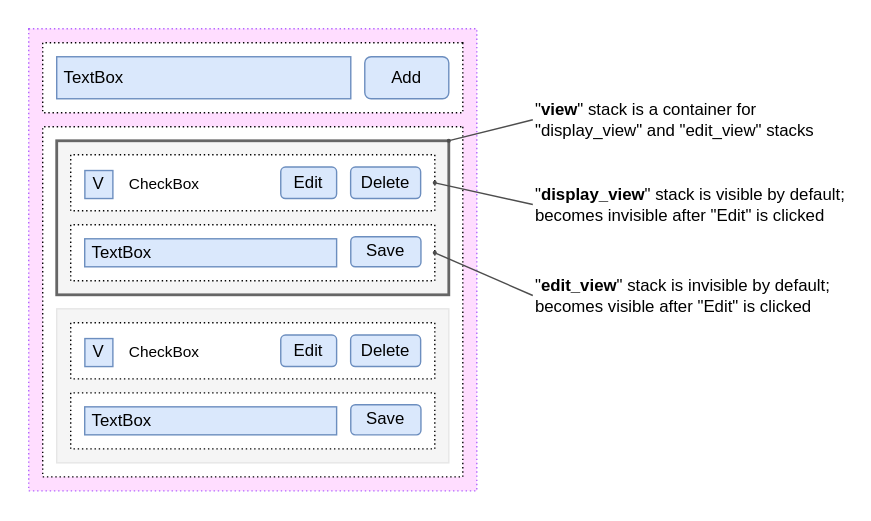
Earlier version of the draw.io export static/img/docs/tutorial/todo-diagram-2.svg (yeshua453/website). Source tidied: cells renumbered, new cells last; positions are measured from the earlier drawing's top-left corner, leaving out a move shared by most shapes.
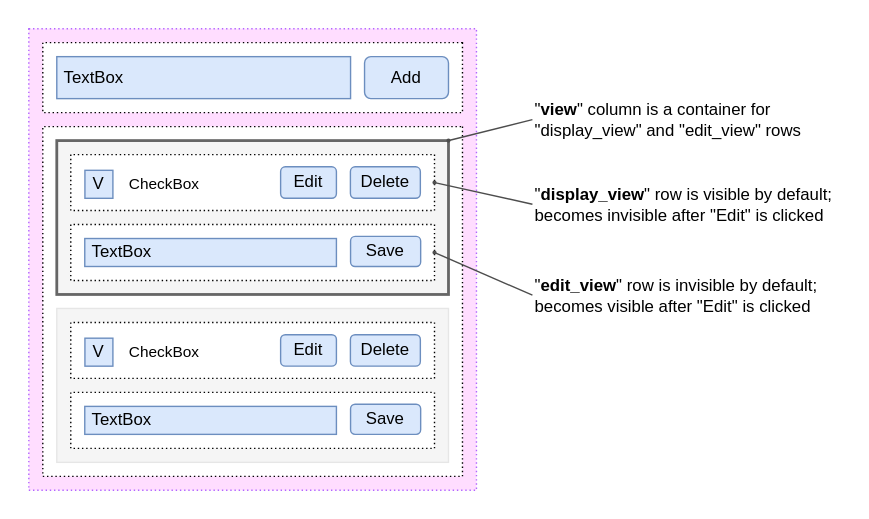
Later version of the same file.

The edit, as a diff of the source:
```diff
@@ -29,7 +29,7 @@
     <mxCell id="10" value="Add" style="rounded=1;whiteSpace=wrap;html=1;fillColor=#dae8fc;sketch=0;strokeColor=#6c8ebf;" parent="1" vertex="1">
       <mxGeometry x="260" y="40" width="60" height="30" as="geometry" />
     </mxCell>
-    <mxCell id="11" value="&quot;&lt;b style=&quot;font-size: 12px;&quot;&gt;edit_view&lt;/b&gt;&quot; stack&lt;b style=&quot;font-size: 12px;&quot;&gt; &lt;/b&gt;is invisible by default; becomes visible after &quot;Edit&quot; is clicked" style="text;html=1;strokeColor=none;fillColor=none;align=left;verticalAlign=middle;whiteSpace=wrap;rounded=0;dashed=1;dashPattern=1 2;sketch=0;fontSize=12;" parent="1" vertex="1">
+    <mxCell id="11" value="&quot;&lt;b style=&quot;font-size: 12px;&quot;&gt;edit_view&lt;/b&gt;&quot; row&lt;b style=&quot;font-size: 12px;&quot;&gt;&amp;nbsp;&lt;/b&gt;is invisible by default; becomes visible after &quot;Edit&quot; is clicked" style="text;html=1;strokeColor=none;fillColor=none;align=left;verticalAlign=middle;whiteSpace=wrap;rounded=0;dashed=1;dashPattern=1 2;sketch=0;fontSize=12;" parent="1" vertex="1">
       <mxGeometry x="380" y="191" width="220" height="39" as="geometry" />
     </mxCell>
     <mxCell id="12" style="endArrow=oval;html=1;endFill=1;strokeWidth=1;jumpSize=5;endSize=2;startSize=2;strokeColor=#4D4D4D;exitX=0;exitY=0.5;exitDx=0;exitDy=0;entryX=0.5;entryY=0;entryDx=0;entryDy=0;" parent="1" edge="1" source="11" target="6">
@@ -38,13 +38,13 @@
     <mxCell id="13" value="CheckBox" style="text;html=1;strokeColor=none;fillColor=none;align=left;verticalAlign=middle;whiteSpace=wrap;rounded=0;dashed=1;dashPattern=1 2;sketch=0;fontSize=11;" parent="1" vertex="1">
       <mxGeometry x="90.1" y="121.8" width="100" height="19" as="geometry" />
     </mxCell>
-    <mxCell id="14" value="&quot;&lt;b style=&quot;font-size: 12px;&quot;&gt;display_view&lt;/b&gt;&quot; stack is visible by default; becomes invisible after &quot;Edit&quot; is clicked" style="text;html=1;strokeColor=none;fillColor=none;align=left;verticalAlign=middle;whiteSpace=wrap;rounded=0;dashed=1;dashPattern=1 2;sketch=0;fontSize=12;" parent="1" vertex="1">
+    <mxCell id="14" value="&quot;&lt;b style=&quot;font-size: 12px;&quot;&gt;display_view&lt;/b&gt;&quot; row is visible by default; becomes invisible after &quot;Edit&quot; is clicked" style="text;html=1;strokeColor=none;fillColor=none;align=left;verticalAlign=middle;whiteSpace=wrap;rounded=0;dashed=1;dashPattern=1 2;sketch=0;fontSize=12;" parent="1" vertex="1">
       <mxGeometry x="380" y="131" width="230" height="29" as="geometry" />
     </mxCell>
     <mxCell id="15" style="endArrow=oval;html=1;endFill=1;strokeWidth=1;jumpSize=5;endSize=2;startSize=2;strokeColor=#4D4D4D;exitX=0;exitY=0.5;exitDx=0;exitDy=0;entryX=0.5;entryY=0;entryDx=0;entryDy=0;" parent="1" edge="1" source="14" target="7">
       <mxGeometry relative="1" as="geometry" />
     </mxCell>
-    <mxCell id="16" value="&quot;&lt;b style=&quot;font-size: 12px;&quot;&gt;view&lt;/b&gt;&quot; stack is a container for &quot;display_view&quot; and &quot;edit_view&quot; stacks" style="text;html=1;strokeColor=none;fillColor=none;align=left;verticalAlign=middle;whiteSpace=wrap;rounded=0;dashed=1;dashPattern=1 2;sketch=0;fontSize=12;" parent="1" vertex="1">
+    <mxCell id="16" value="&quot;&lt;b style=&quot;font-size: 12px;&quot;&gt;view&lt;/b&gt;&quot; column is a container for &quot;display_view&quot; and &quot;edit_view&quot; rows" style="text;html=1;strokeColor=none;fillColor=none;align=left;verticalAlign=middle;whiteSpace=wrap;rounded=0;dashed=1;dashPattern=1 2;sketch=0;fontSize=12;" parent="1" vertex="1">
       <mxGeometry x="380" y="70" width="210" height="30" as="geometry" />
     </mxCell>
     <mxCell id="17" style="endArrow=oval;html=1;endFill=1;strokeWidth=1;jumpSize=5;endSize=2;startSize=2;strokeColor=#4D4D4D;exitX=0;exitY=0.5;exitDx=0;exitDy=0;entryX=0;entryY=0;entryDx=0;entryDy=0;" parent="1" edge="1" source="16" target="5">
```
